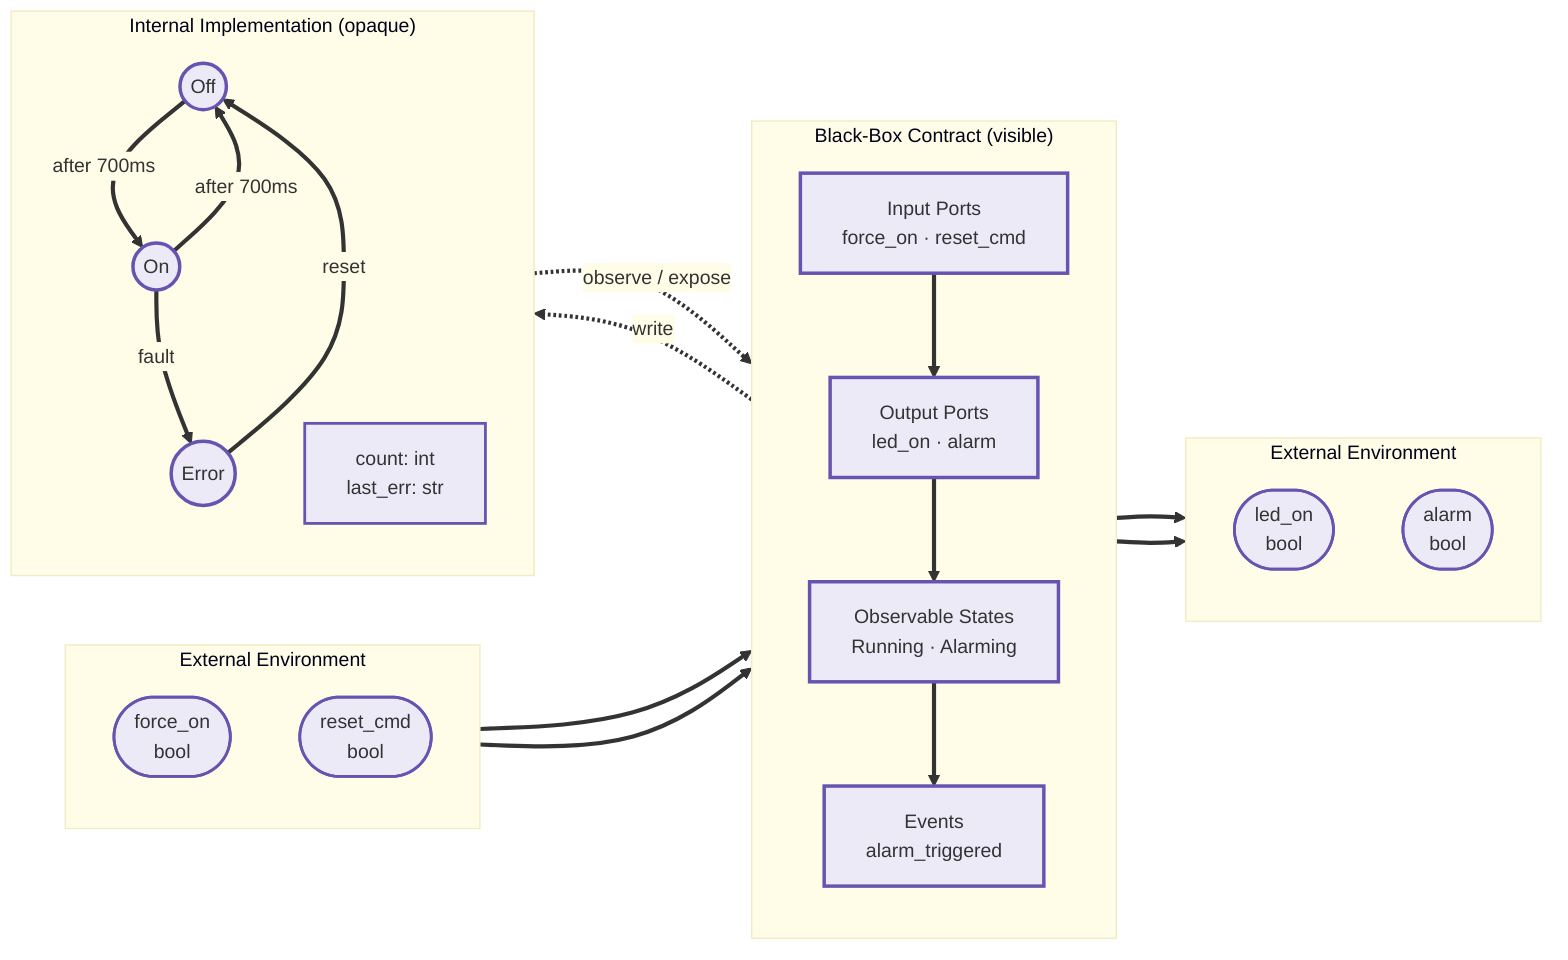
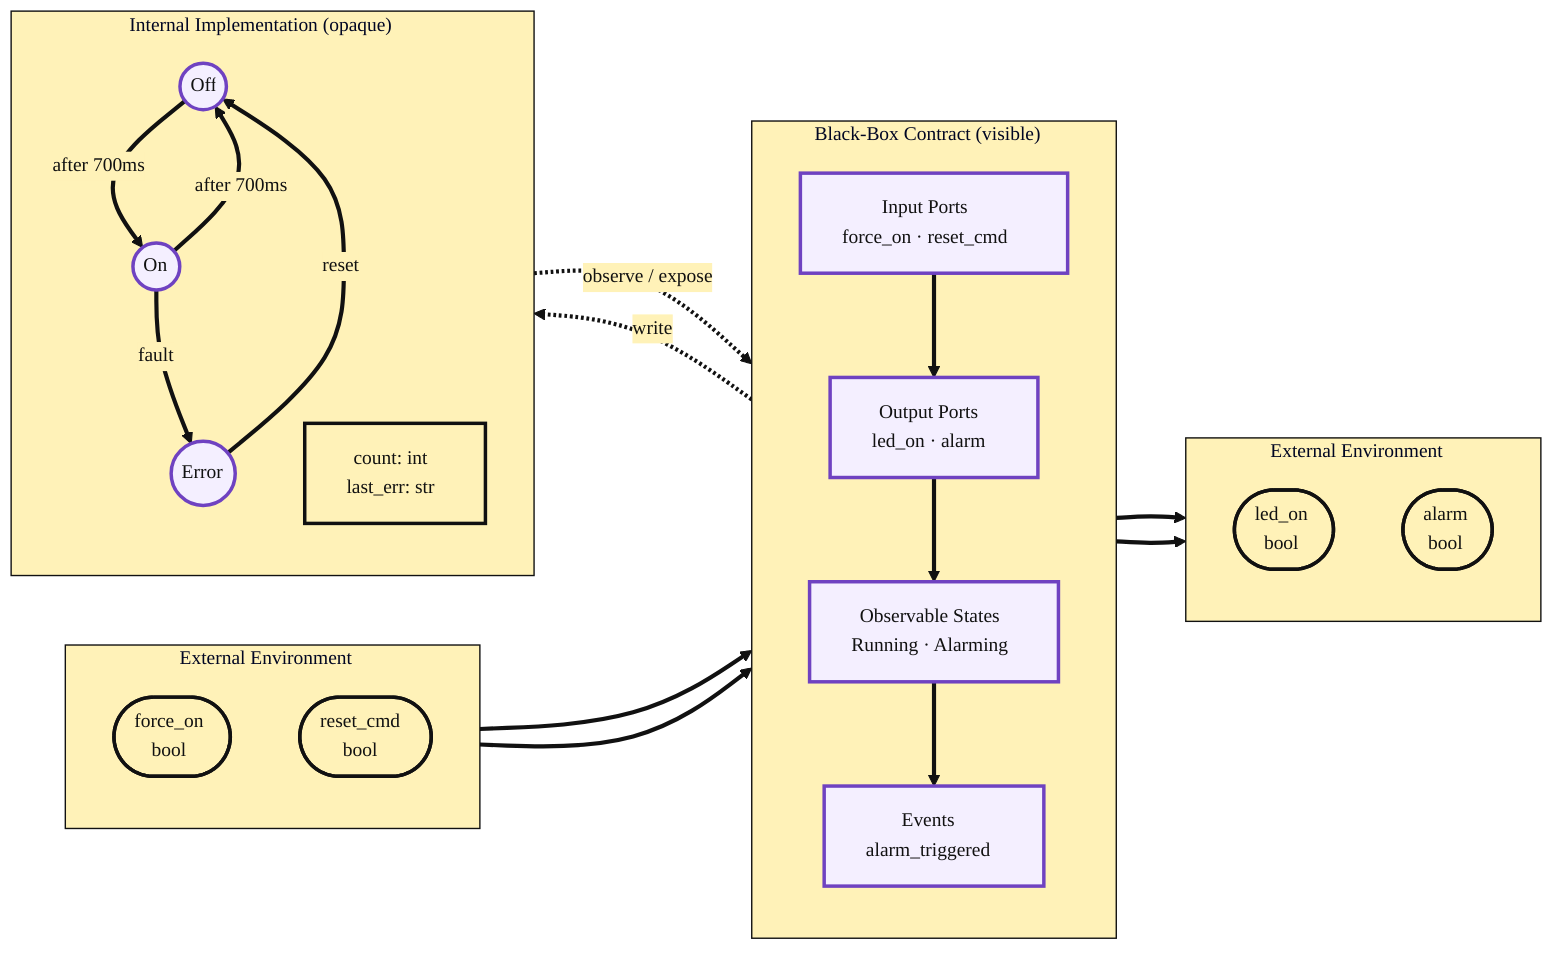
- %%{init: {'theme': 'base', 'themeVariables': {'lineColor': '#333333', 'fontSize': '14px', 'primaryColor': '#edeaf8', 'primaryBorderColor': '#6654b0', 'secondaryColor': '#fffde7', 'tertiaryColor': '#fffde7'}}}%%
+ %%{init: {"theme": "base", "themeVariables": {"fontFamily": "Helvetica, Arial, sans-serif", "fontSize": "14px", "primaryColor": "#f4efff", "primaryTextColor": "#111111", "primaryBorderColor": "#6f42c1", "lineColor": "#111111", "secondaryColor": "#fff2b8", "secondaryBorderColor": "#111111", "tertiaryColor": "#fff9dc", "tertiaryBorderColor": "#111111", "clusterBkg": "#fff2b8", "clusterBorder": "#111111", "actorBkg": "#f4efff", "actorBorder": "#6f42c1", "actorTextColor": "#111111", "noteBkgColor": "#fff2b8", "noteBorderColor": "#111111", "activationBkgColor": "#f4efff", "activationBorderColor": "#6f42c1"}}}%%
flowchart LR
    subgraph ENV_IN["External Environment"]
        direction TB
        sig1(["force_on\nbool"])
        sig2(["reset_cmd\nbool"])
    end

    subgraph CONTRACT["Black-Box Contract (visible)"]
        direction TB
        ip["Input Ports\nforce_on · reset_cmd"]
        op["Output Ports\nled_on · alarm"]
        obs["Observable States\nRunning · Alarming"]
        ev["Events\nalarm_triggered"]
        ip --> op --> obs --> ev
    end

    subgraph HIDDEN["Internal Implementation (opaque)"]
        direction TB
        Off(("Off")) -->|"after 700ms"| On(("On"))
        On -->|"after 700ms"| Off
        On -->|"fault"| Err(("Error"))
        Err -->|"reset"| Off
        iv["count: int\nlast_err: str"]
    end

    subgraph ENV_OUT["External Environment"]
        direction TB
        out1(["led_on\nbool"])
        out2(["alarm\nbool"])
    end

    sig1 --> ip
    sig2 --> ip
    op --> out1
    op --> out2

    CONTRACT -.->|"write"| HIDDEN
    HIDDEN -.->|"observe / expose"| CONTRACT

-     classDef portBox stroke-width:2.5px,stroke:#6654b0
-     classDef stateCircle stroke-width:2.5px,stroke:#6654b0
-     classDef sigNode stroke-width:2px,stroke:#6654b0
+     classDef portBox fill:#f4efff,stroke-width:2.5px,stroke:#6f42c1,color:#111111
+     classDef stateCircle fill:#f4efff,stroke-width:2.5px,stroke:#6f42c1,color:#111111
+     classDef sigNode fill:#fff2b8,stroke-width:2.5px,stroke:#111111,color:#111111
    class ip,op,obs,ev portBox
    class Off,On,Err stateCircle
    class sig1,sig2,out1,out2,iv sigNode

-     linkStyle default stroke-width:3px,stroke:#333333
+     linkStyle default stroke-width:3px,stroke:#111111
